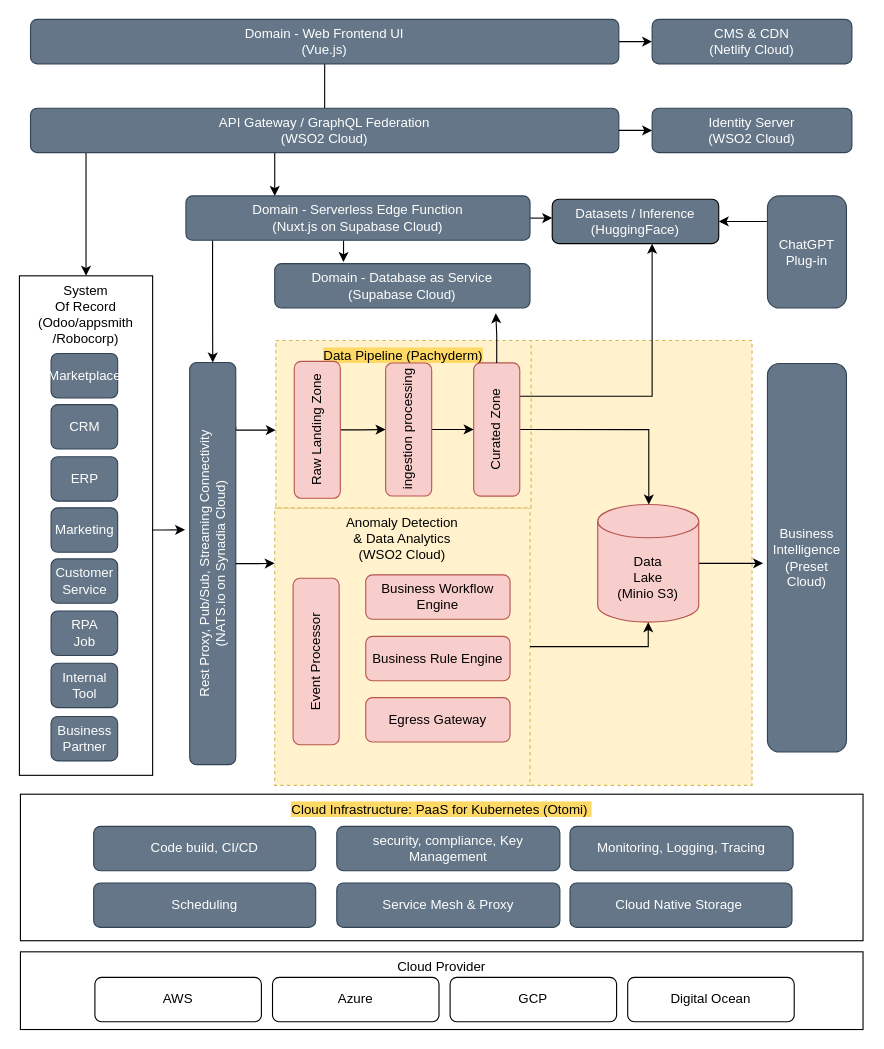
Above: master.drawio in man-chi/kata (draw.io), before the change. Source tidied: cells renumbered, new cells numbered last; positions are measured from the earlier drawing's top-left corner, leaving out a move shared by most shapes. Both pictures are drawn from the tidied source at 111%, with x=0, y=0 at pixel (11, 19).
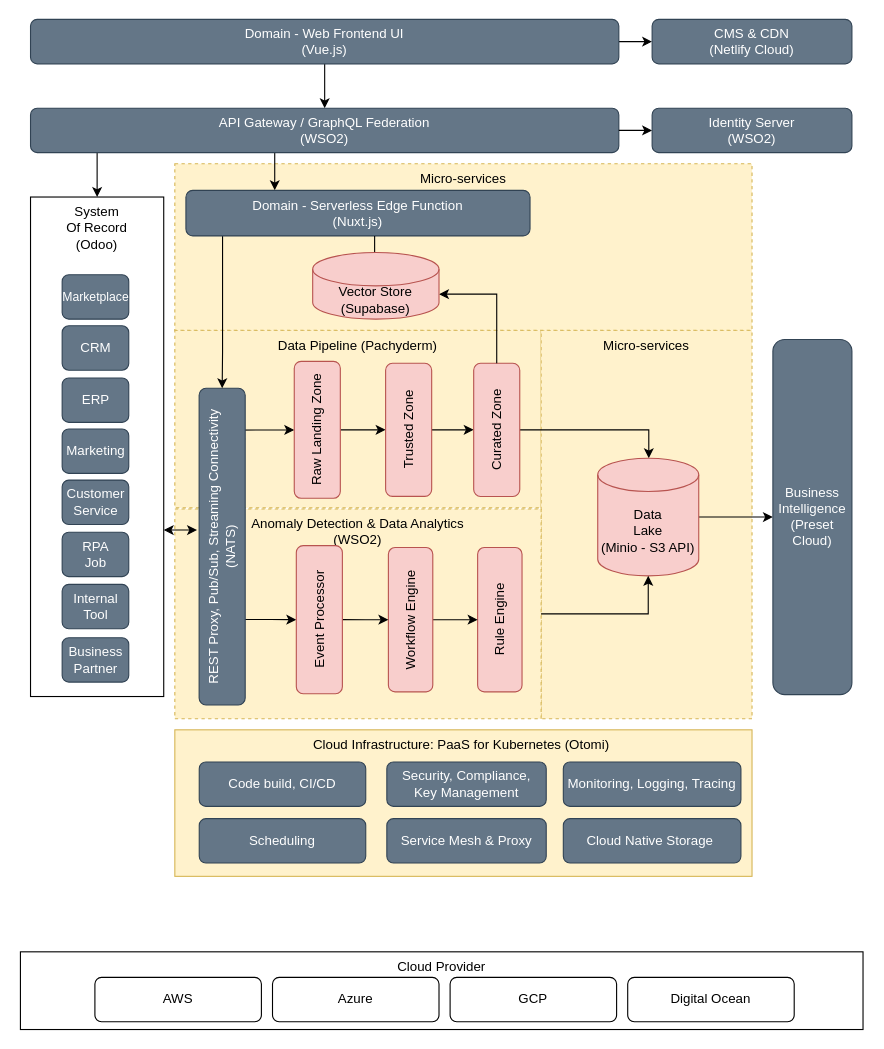
The same diagram, later.

Unchanged cells that the change refers to:
```xml
<mxCell id="8" value="Domain - Web Frontend UI&lt;br&gt;(Vue.js)" style="rounded=1;whiteSpace=wrap;html=1;fillColor=#647687;strokeColor=#314354;fontColor=#ffffff;" parent="1" vertex="1">
  <mxGeometry x="17" width="530" height="40" as="geometry" />
</mxCell>
<mxCell id="29" value="Raw Landing Zone" style="rounded=1;whiteSpace=wrap;html=1;fillColor=#f8cecc;strokeColor=#b85450;rotation=-90;" parent="1" vertex="1">
  <mxGeometry x="213.7" y="349" width="123.3" height="41.5" as="geometry" />
</mxCell>
```

Diff of the diagram source:
```diff
@@
+    <mxCell id="5" value="Data Pipeline (Pachyderm)" style="rounded=0;whiteSpace=wrap;html=1;align=center;verticalAlign=top;strokeColor=#d6b656;fillColor=#fff2cc;dashed=1;" parent="1" vertex="1">
+      <mxGeometry x="147" y="280" width="330" height="160" as="geometry" />
+    </mxCell>
+    <mxCell id="64" value="Micro-services" style="rounded=0;whiteSpace=wrap;html=1;align=center;verticalAlign=top;strokeColor=#d6b656;fillColor=#fff2cc;dashed=1;" parent="1" vertex="1">
+      <mxGeometry x="477" y="280" width="190" height="350" as="geometry" />
+    </mxCell>
+    <mxCell id="65" value="Micro-services" style="rounded=0;whiteSpace=wrap;html=1;align=center;verticalAlign=top;strokeColor=#d6b656;fillColor=#fff2cc;dashed=1;" parent="1" vertex="1">
+      <mxGeometry x="147" y="130" width="520" height="150" as="geometry" />
+    </mxCell>
-    <mxCell id="2" value="&lt;span style=&quot;background-color: rgb(255, 217, 102);&quot;&gt;Cloud Infrastructure: PaaS for Kubernetes (Otomi)&amp;nbsp;&lt;/span&gt;" style="rounded=0;whiteSpace=wrap;html=1;align=center;verticalAlign=top;" parent="1" vertex="1">
-      <mxGeometry x="7.9" y="698" width="759.1" height="132" as="geometry" />
+    <mxCell id="2" value="Cloud Infrastructure: PaaS for Kubernetes (Otomi)&amp;nbsp;" style="rounded=0;whiteSpace=wrap;html=1;align=center;verticalAlign=top;fillColor=#fff2cc;strokeColor=#d6b656;" parent="1" vertex="1">
+      <mxGeometry x="147" y="640" width="520" height="132" as="geometry" />
     </mxCell>
-    <mxCell id="3" style="rounded=0;whiteSpace=wrap;html=1;align=center;verticalAlign=top;strokeColor=#d6b656;fillColor=#fff2cc;dashed=1;" parent="1" vertex="1">
-      <mxGeometry x="466.1" y="289.2" width="200.9" height="400.8" as="geometry" />
-    </mxCell>
-    <mxCell id="4" value="Anomaly Detection&lt;br&gt;&amp;amp; Data Analytics&lt;br&gt;(WSO2 Cloud)" style="rounded=0;whiteSpace=wrap;html=1;align=center;verticalAlign=top;strokeColor=#d6b656;fillColor=#fff2cc;dashed=1;" parent="1" vertex="1">
-      <mxGeometry x="237" y="440" width="230" height="250" as="geometry" />
+    <mxCell id="4" value="Anomaly Detection &amp;amp; Data Analytics&lt;br&gt;(WSO2)" style="rounded=0;whiteSpace=wrap;html=1;align=center;verticalAlign=top;strokeColor=#d6b656;fillColor=#fff2cc;dashed=1;" parent="1" vertex="1">
+      <mxGeometry x="147" y="441" width="330" height="189" as="geometry" />
     </mxCell>
-    <mxCell id="5" value="&lt;span style=&quot;background-color: rgb(255, 217, 102);&quot;&gt;Data Pipeline (Pachyderm)&lt;/span&gt;" style="rounded=0;whiteSpace=wrap;html=1;align=center;verticalAlign=top;strokeColor=#d6b656;fillColor=#fff2cc;dashed=1;" parent="1" vertex="1">
-      <mxGeometry x="238" y="289.2" width="230" height="150.8" as="geometry" />
-    </mxCell>
-    <mxCell id="6" style="edgeStyle=orthogonalEdgeStyle;rounded=0;jettySize=auto;html=1;fontColor=#000099;startArrow=none;startFill=0;endArrow=none;endFill=0;entryX=0.5;entryY=0;entryDx=0;entryDy=0;" parent="1" edge="1" source="8" target="12">
+    <mxCell id="6" style="edgeStyle=orthogonalEdgeStyle;rounded=0;jettySize=auto;html=1;fontColor=#000099;startArrow=none;startFill=0;endArrow=classic;endFill=1;entryX=0.5;entryY=0;entryDx=0;entryDy=0;" parent="1" edge="1" source="8" target="12">
       <mxGeometry relative="1" as="geometry" />
     </mxCell>
@@
-    <mxCell id="9" style="edgeStyle=orthogonalEdgeStyle;rounded=0;jettySize=auto;html=1;fontColor=#000099;startArrow=none;startFill=0;endArrow=classic;endFill=1;" parent="1" edge="1" source="12" target="13">
+    <mxCell id="9" style="edgeStyle=orthogonalEdgeStyle;rounded=0;jettySize=auto;html=1;fontColor=#000099;startArrow=none;startFill=0;endArrow=classic;endFill=1;entryX=0.5;entryY=0;entryDx=0;entryDy=0;" parent="1" edge="1" source="12" target="13">
       <mxGeometry relative="1" as="geometry">
         <Array as="points">
-          <mxPoint x="67" y="170" />
-          <mxPoint x="67" y="170" />
+          <mxPoint x="77" y="140" />
+          <mxPoint x="77" y="140" />
         </Array>
       </mxGeometry>
     </mxCell>
@@
-    <mxCell id="11" style="edgeStyle=orthogonalEdgeStyle;rounded=0;jettySize=auto;html=1;startArrow=none;startFill=0;endArrow=classic;endFill=1;exitX=1;exitY=0.5;exitDx=0;exitDy=0;" parent="1" edge="1" source="26" target="27">
-      <mxGeometry relative="1" as="geometry">
-        <Array as="points">
-          <mxPoint x="587" y="179" />
-          <mxPoint x="587" y="179" />
-        </Array>
-      </mxGeometry>
-    </mxCell>
-    <mxCell id="12" value="API Gateway / GraphQL Federation&lt;br&gt;(WSO2 Cloud)" style="rounded=1;whiteSpace=wrap;html=1;fillColor=#647687;strokeColor=#314354;fontColor=#ffffff;" parent="1" vertex="1">
+    <mxCell id="12" value="API Gateway / GraphQL Federation&lt;br&gt;(WSO2)" style="rounded=1;whiteSpace=wrap;html=1;fillColor=#647687;strokeColor=#314354;fontColor=#ffffff;" parent="1" vertex="1">
       <mxGeometry x="17" y="80" width="530" height="40" as="geometry" />
     </mxCell>
-    <mxCell id="13" value="System&lt;br&gt;Of Record&lt;br&gt;(Odoo/appsmith&lt;br&gt;/Robocorp)" style="rounded=0;whiteSpace=wrap;html=1;align=center;verticalAlign=top;" parent="1" vertex="1">
-      <mxGeometry x="7" y="231" width="120" height="450" as="geometry" />
+    <mxCell id="13" value="System&lt;br&gt;Of Record&lt;br&gt;(Odoo)" style="rounded=0;whiteSpace=wrap;html=1;align=center;verticalAlign=top;" parent="1" vertex="1">
+      <mxGeometry x="17" y="160" width="120" height="450" as="geometry" />
     </mxCell>
@@
-    <mxCell id="15" value="Marketplace" style="rounded=1;whiteSpace=wrap;html=1;fillColor=#647687;strokeColor=#314354;fontColor=#ffffff;" parent="13" vertex="1">
+    <mxCell id="15" value="&lt;font style=&quot;font-size: 11px;&quot;&gt;Marketplace&lt;/font&gt;" style="rounded=1;whiteSpace=wrap;html=1;fillColor=#647687;strokeColor=#314354;fontColor=#ffffff;" parent="13" vertex="1">
       <mxGeometry x="28.5" y="70" width="60" height="40" as="geometry" />
     </mxCell>
@@
-    <mxCell id="22" style="edgeStyle=orthogonalEdgeStyle;rounded=0;jettySize=auto;html=1;fontColor=#000099;startArrow=none;startFill=0;endArrow=classic;endFill=1;exitX=0.84;exitY=1;exitDx=0;exitDy=0;exitPerimeter=0;" parent="1" edge="1" source="23">
+    <mxCell id="22" style="edgeStyle=orthogonalEdgeStyle;rounded=0;jettySize=auto;html=1;fontColor=#000099;startArrow=none;startFill=0;endArrow=classic;endFill=1;exitX=0.84;exitY=1;exitDx=0;exitDy=0;exitPerimeter=0;" parent="1" edge="1" source="23" target="29">
       <mxGeometry relative="1" as="geometry">
-        <mxPoint x="238" y="370" as="targetPoint" />
         <Array as="points">
+          <mxPoint x="202" y="378" />
           <mxPoint x="202" y="370" />
         </Array>
       </mxGeometry>
     </mxCell>
+    <mxCell id="66" style="edgeStyle=orthogonalEdgeStyle;rounded=0;jettySize=auto;html=1;exitX=0.27;exitY=0.977;exitDx=0;exitDy=0;exitPerimeter=0;" parent="1" edge="1" source="23" target="40">
+      <mxGeometry relative="1" as="geometry" />
+    </mxCell>
-    <mxCell id="23" value="Rest Proxy, Pub/Sub, Streaming Connectivity &lt;br&gt;(NATS.io on Synadia Cloud)" style="rounded=1;whiteSpace=wrap;html=1;fillColor=#647687;strokeColor=#314354;fontColor=#ffffff;rotation=-90;" parent="1" vertex="1">
-      <mxGeometry y="469.5" width="362.3" height="41.5" as="geometry" />
+    <mxCell id="23" value="REST Proxy, Pub/Sub, Streaming Connectivity &lt;br&gt;(NATS)" style="rounded=1;whiteSpace=wrap;html=1;fillColor=#647687;strokeColor=#314354;fontColor=#ffffff;rotation=-90;" parent="1" vertex="1">
+      <mxGeometry x="47" y="454.2" width="285.3" height="41.5" as="geometry" />
     </mxCell>
-    <mxCell id="24" style="edgeStyle=orthogonalEdgeStyle;rounded=0;jettySize=auto;html=1;fontColor=#000099;startArrow=none;startFill=0;endArrow=classic;endFill=1;entryX=0.269;entryY=-0.037;entryDx=0;entryDy=0;entryPerimeter=0;" parent="1" edge="1" source="26" target="35">
-      <mxGeometry relative="1" as="geometry">
-        <Array as="points">
-          <mxPoint x="299" y="210" />
-          <mxPoint x="299" y="210" />
-        </Array>
-      </mxGeometry>
-    </mxCell>
     <mxCell id="25" style="edgeStyle=orthogonalEdgeStyle;rounded=0;jettySize=auto;html=1;entryX=1;entryY=0.5;entryDx=0;entryDy=0;" parent="1" edge="1" source="26" target="23">
       <mxGeometry relative="1" as="geometry">
         <Array as="points">
-          <mxPoint x="181" y="260" />
-          <mxPoint x="181" y="260" />
+          <mxPoint x="190" y="300" />
+          <mxPoint x="190" y="300" />
         </Array>
       </mxGeometry>
     </mxCell>
-    <mxCell id="26" value="Domain - Serverless Edge Function&lt;br&gt;(Nuxt.js on Supabase Cloud)" style="rounded=1;whiteSpace=wrap;html=1;fillColor=#647687;strokeColor=#314354;fontColor=#ffffff;" parent="1" vertex="1">
-      <mxGeometry x="157" y="159" width="310" height="40" as="geometry" />
+    <mxCell id="26" value="Domain - Serverless Edge Function&lt;br&gt;(Nuxt.js)" style="rounded=1;whiteSpace=wrap;html=1;fillColor=#647687;strokeColor=#314354;fontColor=#ffffff;" parent="1" vertex="1">
+      <mxGeometry x="157" y="154" width="310" height="41" as="geometry" />
     </mxCell>
-    <mxCell id="27" value="Datasets / Inference&lt;br&gt;(HuggingFace)" style="rounded=1;whiteSpace=wrap;html=1;fillColor=#647687;fontColor=#FFFFFF;" parent="1" vertex="1">
-      <mxGeometry x="487" y="162" width="150" height="40" as="geometry" />
-    </mxCell>
@@
-    <mxCell id="31" value="ingestion processing" style="rounded=1;whiteSpace=wrap;html=1;fillColor=#f8cecc;strokeColor=#b85450;rotation=-90;" parent="1" vertex="1">
-      <mxGeometry x="297.7" y="348.7" width="119.9" height="41.5" as="geometry" />
+    <mxCell id="31" value="Trusted Zone" style="rounded=1;whiteSpace=wrap;html=1;fillColor=#f8cecc;strokeColor=#b85450;rotation=-90;" parent="1" vertex="1">
+      <mxGeometry x="297.7" y="349" width="119.9" height="41.5" as="geometry" />
     </mxCell>
@@
-    <mxCell id="33" style="edgeStyle=orthogonalEdgeStyle;rounded=0;jettySize=auto;html=1;exitX=0.75;exitY=1;exitDx=0;exitDy=0;" parent="1" edge="1" source="34">
-      <mxGeometry relative="1" as="geometry">
-        <mxPoint x="577" y="202" as="targetPoint" />
-        <Array as="points">
-          <mxPoint x="577" y="340" />
-        </Array>
-      </mxGeometry>
-    </mxCell>
     <mxCell id="34" value="Curated Zone" style="rounded=1;whiteSpace=wrap;html=1;fillColor=#f8cecc;strokeColor=#b85450;rotation=-90;" parent="1" vertex="1">
-      <mxGeometry x="377" y="348.7" width="120" height="41.5" as="geometry" />
+      <mxGeometry x="377" y="349" width="120" height="41.5" as="geometry" />
     </mxCell>
-    <mxCell id="35" value="Domain - Database as Service&lt;br&gt;(Supabase Cloud)" style="rounded=1;whiteSpace=wrap;html=1;fillColor=#647687;strokeColor=#314354;fontColor=#ffffff;" parent="1" vertex="1">
-      <mxGeometry x="237" y="220" width="230" height="40" as="geometry" />
-    </mxCell>
-    <mxCell id="36" style="edgeStyle=orthogonalEdgeStyle;rounded=0;jettySize=auto;html=1;" parent="1" edge="1" source="37">
+    <mxCell id="36" style="edgeStyle=orthogonalEdgeStyle;rounded=0;jettySize=auto;html=1;entryX=0;entryY=0.5;entryDx=0;entryDy=0;" parent="1" edge="1" source="37" target="44">
       <mxGeometry relative="1" as="geometry">
-        <mxPoint x="677" y="490" as="targetPoint" />
+        <Array as="points">
+          <mxPoint x="667" y="448" />
+          <mxPoint x="667" y="448" />
+        </Array>
       </mxGeometry>
     </mxCell>
-    <mxCell id="37" value="Data&lt;br&gt;Lake&lt;br&gt;(Minio S3)" style="shape=cylinder3;whiteSpace=wrap;html=1;boundedLbl=1;backgroundOutline=1;size=15;fillStyle=auto;fillColor=#f8cecc;strokeColor=#b85450;" parent="1" vertex="1">
-      <mxGeometry x="528" y="437" width="91" height="106" as="geometry" />
+    <mxCell id="37" value="Data&lt;br&gt;Lake&lt;br&gt;(Minio - S3 API)" style="shape=cylinder3;whiteSpace=wrap;html=1;boundedLbl=1;backgroundOutline=1;size=15;fillStyle=auto;fillColor=#f8cecc;strokeColor=#b85450;" parent="1" vertex="1">
+      <mxGeometry x="528" y="395.3" width="91" height="106" as="geometry" />
     </mxCell>
-    <mxCell id="38" value="Business Rule Engine" style="rounded=1;whiteSpace=wrap;html=1;fillColor=#f8cecc;strokeColor=#b85450;" parent="1" vertex="1">
-      <mxGeometry x="319" y="555.8" width="130" height="40" as="geometry" />
+    <mxCell id="38" value="Rule Engine" style="rounded=1;whiteSpace=wrap;html=1;fillColor=#f8cecc;strokeColor=#b85450;rotation=-90;" parent="1" vertex="1">
+      <mxGeometry x="374.8" y="520.8" width="130" height="40" as="geometry" />
     </mxCell>
+    <mxCell id="67" style="edgeStyle=orthogonalEdgeStyle;rounded=0;jettySize=auto;html=1;entryX=0.5;entryY=0;entryDx=0;entryDy=0;" parent="1" edge="1" source="39" target="38">
+      <mxGeometry relative="1" as="geometry" />
+    </mxCell>
-    <mxCell id="39" value="Business Workflow&lt;br&gt;Engine" style="rounded=1;whiteSpace=wrap;html=1;fillColor=#f8cecc;strokeColor=#b85450;" parent="1" vertex="1">
-      <mxGeometry x="319" y="500.4" width="130" height="40" as="geometry" />
+    <mxCell id="39" value="Workflow Engine" style="rounded=1;whiteSpace=wrap;html=1;fillColor=#f8cecc;strokeColor=#b85450;rotation=-90;" parent="1" vertex="1">
+      <mxGeometry x="294.4" y="520.8" width="130" height="40" as="geometry" />
     </mxCell>
+    <mxCell id="68" style="edgeStyle=orthogonalEdgeStyle;rounded=0;jettySize=auto;html=1;entryX=0.5;entryY=0;entryDx=0;entryDy=0;" parent="1" edge="1" source="40" target="39">
+      <mxGeometry relative="1" as="geometry" />
+    </mxCell>
     <mxCell id="40" value="Event Processor" style="rounded=1;whiteSpace=wrap;html=1;fillColor=#f8cecc;strokeColor=#b85450;rotation=-90;" parent="1" vertex="1">
-      <mxGeometry x="199.3" y="557.7" width="150" height="41.5" as="geometry" />
+      <mxGeometry x="210.5" y="520" width="133.4" height="41.5" as="geometry" />
     </mxCell>
@@
-    <mxCell id="42" value="Identity Server&lt;br&gt;(WSO2 Cloud)" style="rounded=1;whiteSpace=wrap;html=1;fillColor=#647687;strokeColor=#314354;fontColor=#ffffff;" parent="1" vertex="1">
+    <mxCell id="42" value="Identity Server&lt;br&gt;(WSO2)" style="rounded=1;whiteSpace=wrap;html=1;fillColor=#647687;strokeColor=#314354;fontColor=#ffffff;" parent="1" vertex="1">
       <mxGeometry x="577" y="80" width="180" height="40" as="geometry" />
     </mxCell>
-    <mxCell id="43" value="Egress Gateway" style="rounded=1;whiteSpace=wrap;html=1;fillColor=#f8cecc;strokeColor=#b85450;" parent="1" vertex="1">
-      <mxGeometry x="319" y="611" width="130" height="40" as="geometry" />
-    </mxCell>
     <mxCell id="44" value="Business&lt;br&gt;Intelligence&lt;br&gt;(Preset Cloud)" style="rounded=1;whiteSpace=wrap;html=1;fillColor=#647687;strokeColor=#314354;fontColor=#ffffff;" parent="1" vertex="1">
-      <mxGeometry x="680.9" y="310" width="71.2" height="350" as="geometry" />
+      <mxGeometry x="685.8" y="288.3" width="71.2" height="320" as="geometry" />
     </mxCell>
@@
     <mxCell id="47" value="Code build, CI/CD" style="rounded=1;whiteSpace=wrap;html=1;fillColor=#647687;fontColor=#ffffff;strokeColor=#314354;" parent="1" vertex="1">
-      <mxGeometry x="73.9" y="727" width="200" height="40" as="geometry" />
+      <mxGeometry x="169" y="669" width="150" height="40" as="geometry" />
     </mxCell>
     <mxCell id="48" value="Cloud Native Storage&amp;nbsp;" style="rounded=1;whiteSpace=wrap;html=1;fillColor=#647687;fontColor=#ffffff;strokeColor=#314354;" parent="1" vertex="1">
-      <mxGeometry x="503" y="778" width="200" height="40" as="geometry" />
+      <mxGeometry x="497" y="720" width="160" height="40" as="geometry" />
     </mxCell>
     <mxCell id="49" value="Monitoring, Logging, Tracing" style="rounded=1;whiteSpace=wrap;html=1;fillColor=#647687;fontColor=#ffffff;strokeColor=#314354;" parent="1" vertex="1">
-      <mxGeometry x="503" y="727" width="201" height="40" as="geometry" />
+      <mxGeometry x="497" y="669" width="160" height="40" as="geometry" />
     </mxCell>
-    <mxCell id="50" value="security, compliance, Key Management" style="rounded=1;whiteSpace=wrap;html=1;fillColor=#647687;fontColor=#ffffff;strokeColor=#314354;" parent="1" vertex="1">
-      <mxGeometry x="292.9" y="727" width="201" height="40" as="geometry" />
+    <mxCell id="50" value="Security, Compliance, &lt;br&gt;Key Management" style="rounded=1;whiteSpace=wrap;html=1;fillColor=#647687;fontColor=#ffffff;strokeColor=#314354;" parent="1" vertex="1">
+      <mxGeometry x="338" y="669" width="143.6" height="40" as="geometry" />
     </mxCell>
     <mxCell id="51" value="Scheduling" style="rounded=1;whiteSpace=wrap;html=1;fillColor=#647687;fontColor=#ffffff;strokeColor=#314354;" parent="1" vertex="1">
-      <mxGeometry x="73.9" y="778" width="200" height="40" as="geometry" />
+      <mxGeometry x="169" y="720" width="150" height="40" as="geometry" />
     </mxCell>
     <mxCell id="52" value="Service Mesh &amp;amp; Proxy" style="rounded=1;whiteSpace=wrap;html=1;fillColor=#647687;fontColor=#ffffff;strokeColor=#314354;" parent="1" vertex="1">
-      <mxGeometry x="292.9" y="778" width="201" height="40" as="geometry" />
+      <mxGeometry x="338" y="720" width="143.6" height="40" as="geometry" />
     </mxCell>
-    <mxCell id="53" style="edgeStyle=orthogonalEdgeStyle;rounded=0;jettySize=auto;html=1;entryX=0.584;entryY=-0.1;entryDx=0;entryDy=0;entryPerimeter=0;" parent="1" edge="1" source="13" target="23">
+    <mxCell id="53" style="edgeStyle=orthogonalEdgeStyle;rounded=0;jettySize=auto;html=1;startArrow=classic;startFill=1;" parent="1" edge="1" source="13">
       <mxGeometry relative="1" as="geometry">
+        <mxPoint x="167" y="460" as="targetPoint" />
         <Array as="points">
-          <mxPoint x="137" y="460" />
-          <mxPoint x="137" y="460" />
+          <mxPoint x="165" y="460" />
         </Array>
       </mxGeometry>
     </mxCell>
-    <mxCell id="54" style="edgeStyle=orthogonalEdgeStyle;rounded=0;jettySize=auto;html=1;" parent="1" edge="1" source="23">
-      <mxGeometry relative="1" as="geometry">
-        <mxPoint x="237" y="490" as="targetPoint" />
-      </mxGeometry>
-    </mxCell>
-    <mxCell id="55" style="edgeStyle=orthogonalEdgeStyle;rounded=0;jettySize=auto;html=1;entryX=0.866;entryY=1.118;entryDx=0;entryDy=0;entryPerimeter=0;" parent="1" edge="1" source="34" target="35">
-      <mxGeometry relative="1" as="geometry" />
+    <mxCell id="55" style="edgeStyle=orthogonalEdgeStyle;rounded=0;jettySize=auto;html=1;entryX=1;entryY=0;entryDx=0;entryDy=37.5;entryPerimeter=0;" parent="1" edge="1" source="34" target="71">
+      <mxGeometry relative="1" as="geometry">
+        <Array as="points">
+          <mxPoint x="437" y="248" />
+        </Array>
+      </mxGeometry>
     </mxCell>
@@
-    <mxCell id="57" style="edgeStyle=orthogonalEdgeStyle;rounded=0;jettySize=auto;html=1;" parent="1" edge="1" source="58" target="27">
-      <mxGeometry relative="1" as="geometry">
-        <Array as="points">
-          <mxPoint x="677" y="182" />
-          <mxPoint x="677" y="182" />
-        </Array>
-      </mxGeometry>
-    </mxCell>
-    <mxCell id="58" value="ChatGPT&lt;br&gt;Plug-in" style="rounded=1;whiteSpace=wrap;html=1;fillColor=#647687;strokeColor=#314354;fontColor=#ffffff;" parent="1" vertex="1">
-      <mxGeometry x="680.9" y="159" width="71.2" height="101" as="geometry" />
-    </mxCell>
@@
+    <mxCell id="69" style="edgeStyle=orthogonalEdgeStyle;rounded=0;jettySize=auto;html=1;entryX=0.179;entryY=0;entryDx=0;entryDy=0;entryPerimeter=0;" parent="1" edge="1" source="26">
+      <mxGeometry relative="1" as="geometry">
+        <mxPoint x="312.2" y="220" as="targetPoint" />
+        <Array as="points">
+          <mxPoint x="327" y="220" />
+          <mxPoint x="327" y="220" />
+        </Array>
+      </mxGeometry>
+    </mxCell>
+    <mxCell id="70" style="edgeStyle=orthogonalEdgeStyle;rounded=0;orthogonalLoop=1;jettySize=auto;html=1;exitX=0.5;exitY=1;exitDx=0;exitDy=0;" parent="1" edge="1">
+      <mxGeometry relative="1" as="geometry">
+        <mxPoint x="573.5" y="555.5" as="sourcePoint" />
+        <mxPoint x="573.5" y="555.5" as="targetPoint" />
+      </mxGeometry>
+    </mxCell>
+    <mxCell id="71" value="Vector Store&lt;br&gt;(Supabase)" style="shape=cylinder3;whiteSpace=wrap;html=1;boundedLbl=1;backgroundOutline=1;size=15;fillStyle=auto;fillColor=#f8cecc;strokeColor=#b85450;" parent="1" vertex="1">
+      <mxGeometry x="271.2" y="210" width="113.8" height="60" as="geometry" />
+    </mxCell>
```
